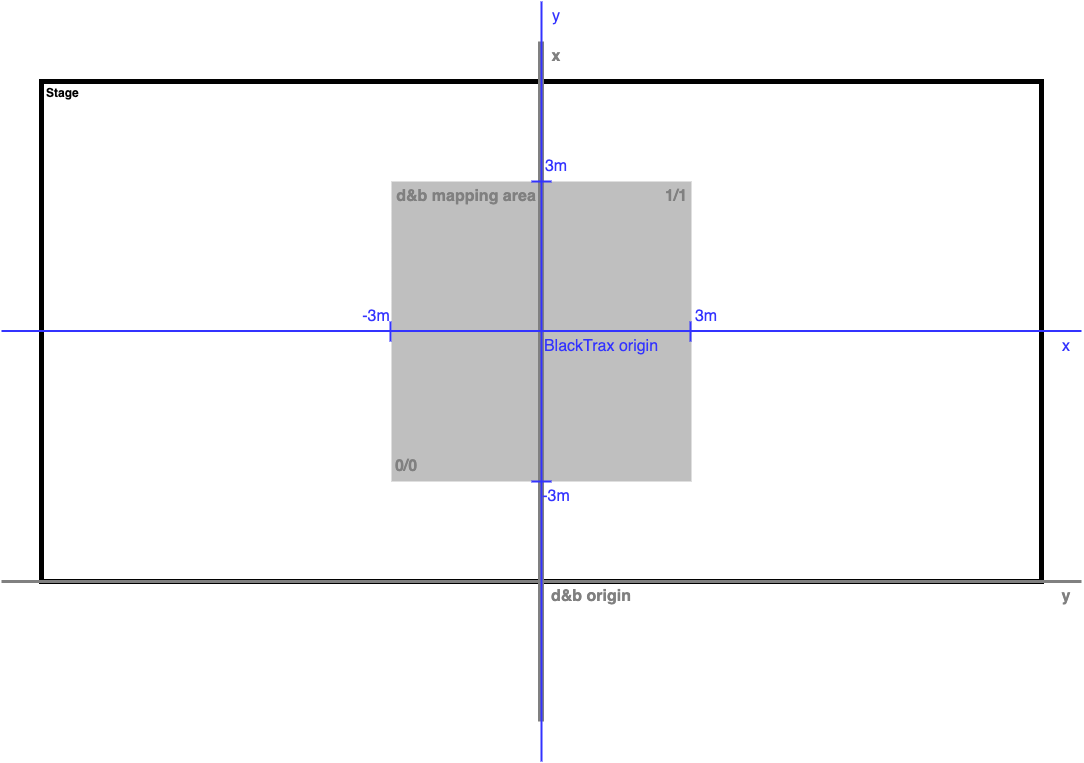
ChristianAhrens/SpaConBridge keeps this draw.io diagram as Resources/Documentation/BridgingProtocols/BlackTraxRTTrPM/CoordinateSystems.drawio.png. Above is the earlier version. Source tidied: cells renumbered, new cells last; positions are measured from the earlier drawing's top-left corner, leaving out a move shared by most shapes. Source of this version:
```xml
<mxGraphModel>
  <root>
    <mxCell id="0" />
    <mxCell id="1" parent="0" />
    <mxCell id="2" value="Stage" style="rounded=0;whiteSpace=wrap;html=1;fillColor=none;strokeWidth=5;align=left;horizontal=1;verticalAlign=top;fontStyle=1;spacingLeft=5;spacing=0;fontColor=#000000;" parent="1" vertex="1">
      <mxGeometry x="40" y="80" width="1000" height="500" as="geometry" />
    </mxCell>
    <mxCell id="3" style="rounded=0;whiteSpace=wrap;html=1;strokeColor=none;fillColor=#BFBFBF;" parent="1" vertex="1">
      <mxGeometry x="390" y="180" width="300" height="300" as="geometry" />
    </mxCell>
    <mxCell id="4" style="endArrow=none;html=1;rounded=0;strokeColor=#808080;strokeWidth=6;align=left;verticalAlign=bottom;labelPosition=right;verticalLabelPosition=top;" parent="1" edge="1">
      <mxGeometry relative="1" as="geometry">
        <mxPoint x="539.5" y="720" as="sourcePoint" />
        <mxPoint x="539.5" y="40" as="targetPoint" />
      </mxGeometry>
    </mxCell>
    <mxCell id="5" style="endArrow=none;html=1;rounded=0;strokeColor=#808080;strokeWidth=3;" parent="1" edge="1">
      <mxGeometry relative="1" as="geometry">
        <mxPoint x="1080" y="580" as="sourcePoint" />
        <mxPoint y="580" as="targetPoint" />
      </mxGeometry>
    </mxCell>
    <mxCell id="6" value="&lt;font style=&quot;font-size: 16px;&quot; color=&quot;#808080&quot;&gt;&lt;b&gt;x&lt;/b&gt;&lt;/font&gt;" style="text;html=1;strokeColor=none;fillColor=none;align=center;verticalAlign=middle;whiteSpace=wrap;rounded=0;" parent="1" vertex="1">
      <mxGeometry x="540" y="40" width="30" height="30" as="geometry" />
    </mxCell>
    <mxCell id="7" value="&lt;font style=&quot;font-size: 16px;&quot; color=&quot;#808080&quot;&gt;&lt;b&gt;y&lt;/b&gt;&lt;/font&gt;" style="text;html=1;strokeColor=none;fillColor=none;align=center;verticalAlign=middle;whiteSpace=wrap;rounded=0;" parent="1" vertex="1">
      <mxGeometry x="1050" y="580" width="30" height="30" as="geometry" />
    </mxCell>
    <mxCell id="8" value="&lt;font style=&quot;font-size: 16px;&quot; color=&quot;#808080&quot;&gt;&lt;b&gt;d&amp;amp;b origin&lt;/b&gt;&lt;/font&gt;" style="text;html=1;strokeColor=none;fillColor=none;align=center;verticalAlign=middle;whiteSpace=wrap;rounded=0;" parent="1" vertex="1">
      <mxGeometry x="540" y="580" width="100" height="30" as="geometry" />
    </mxCell>
    <mxCell id="9" value="&lt;font style=&quot;font-size: 16px;&quot; color=&quot;#808080&quot;&gt;&lt;b&gt;d&amp;amp;b mapping area&lt;/b&gt;&lt;/font&gt;" style="text;html=1;strokeColor=none;fillColor=none;align=center;verticalAlign=middle;whiteSpace=wrap;rounded=0;" parent="1" vertex="1">
      <mxGeometry x="390" y="180" width="150" height="30" as="geometry" />
    </mxCell>
    <mxCell id="10" value="&lt;font style=&quot;font-size: 16px;&quot; color=&quot;#808080&quot;&gt;&lt;b&gt;0/0&lt;/b&gt;&lt;/font&gt;" style="text;html=1;strokeColor=none;fillColor=none;align=center;verticalAlign=middle;whiteSpace=wrap;rounded=0;" parent="1" vertex="1">
      <mxGeometry x="390" y="450" width="30" height="30" as="geometry" />
    </mxCell>
    <mxCell id="11" value="&lt;font style=&quot;font-size: 16px;&quot; color=&quot;#808080&quot;&gt;&lt;b&gt;1/1&lt;/b&gt;&lt;/font&gt;" style="text;html=1;strokeColor=none;fillColor=none;align=center;verticalAlign=middle;whiteSpace=wrap;rounded=0;" parent="1" vertex="1">
      <mxGeometry x="660" y="180" width="30" height="30" as="geometry" />
    </mxCell>
    <mxCell id="12" style="endArrow=none;html=1;rounded=0;strokeWidth=2;strokeColor=#3333FF;" parent="1" edge="1">
      <mxGeometry relative="1" as="geometry">
        <mxPoint x="1080" y="329.5" as="sourcePoint" />
        <mxPoint y="329.5" as="targetPoint" />
      </mxGeometry>
    </mxCell>
    <mxCell id="13" style="endArrow=none;html=1;rounded=0;strokeWidth=2;strokeColor=#3333FF;" parent="1" edge="1">
      <mxGeometry relative="1" as="geometry">
        <mxPoint x="540" y="760" as="sourcePoint" />
        <mxPoint x="540" as="targetPoint" />
      </mxGeometry>
    </mxCell>
    <mxCell id="14" value="&lt;font color=&quot;#3333ff&quot; style=&quot;font-size: 16px;&quot;&gt;y&lt;/font&gt;" style="text;html=1;strokeColor=none;fillColor=none;align=center;verticalAlign=middle;whiteSpace=wrap;rounded=0;" parent="1" vertex="1">
      <mxGeometry x="540" width="30" height="30" as="geometry" />
    </mxCell>
    <mxCell id="15" value="&lt;font color=&quot;#3333ff&quot; style=&quot;font-size: 16px;&quot;&gt;x&lt;/font&gt;" style="text;html=1;strokeColor=none;fillColor=none;align=center;verticalAlign=middle;whiteSpace=wrap;rounded=0;" parent="1" vertex="1">
      <mxGeometry x="1050" y="330" width="30" height="30" as="geometry" />
    </mxCell>
    <mxCell id="16" value="&lt;font color=&quot;#3333ff&quot; style=&quot;font-size: 16px;&quot;&gt;BlackTrax origin&lt;/font&gt;" style="text;html=1;strokeColor=none;fillColor=none;align=center;verticalAlign=middle;whiteSpace=wrap;rounded=0;" parent="1" vertex="1">
      <mxGeometry x="540" y="330" width="120" height="30" as="geometry" />
    </mxCell>
    <mxCell id="17" style="endArrow=none;html=1;rounded=0;strokeWidth=2;strokeColor=#3333FF;" parent="1" edge="1">
      <mxGeometry relative="1" as="geometry">
        <mxPoint x="550" y="180" as="sourcePoint" />
        <mxPoint x="530" y="180" as="targetPoint" />
      </mxGeometry>
    </mxCell>
    <mxCell id="18" style="endArrow=none;html=1;rounded=0;strokeWidth=2;strokeColor=#3333FF;" parent="1" edge="1">
      <mxGeometry relative="1" as="geometry">
        <mxPoint x="550" y="480" as="sourcePoint" />
        <mxPoint x="530" y="480" as="targetPoint" />
      </mxGeometry>
    </mxCell>
    <mxCell id="19" style="endArrow=none;html=1;rounded=0;strokeWidth=2;strokeColor=#3333FF;" parent="1" edge="1">
      <mxGeometry relative="1" as="geometry">
        <mxPoint x="389" y="320" as="sourcePoint" />
        <mxPoint x="389" y="340" as="targetPoint" />
      </mxGeometry>
    </mxCell>
    <mxCell id="20" style="endArrow=none;html=1;rounded=0;strokeWidth=2;strokeColor=#3333FF;" parent="1" edge="1">
      <mxGeometry relative="1" as="geometry">
        <mxPoint x="689" y="320" as="sourcePoint" />
        <mxPoint x="689" y="340" as="targetPoint" />
      </mxGeometry>
    </mxCell>
    <mxCell id="21" value="&lt;font color=&quot;#3333ff&quot; style=&quot;font-size: 16px;&quot;&gt;-3m&lt;/font&gt;" style="text;html=1;strokeColor=none;fillColor=none;align=center;verticalAlign=middle;whiteSpace=wrap;rounded=0;" parent="1" vertex="1">
      <mxGeometry x="360" y="300" width="30" height="30" as="geometry" />
    </mxCell>
    <mxCell id="22" value="&lt;font color=&quot;#3333ff&quot; style=&quot;font-size: 16px;&quot;&gt;-3m&lt;/font&gt;" style="text;html=1;strokeColor=none;fillColor=none;align=center;verticalAlign=middle;whiteSpace=wrap;rounded=0;" parent="1" vertex="1">
      <mxGeometry x="540" y="480" width="30" height="30" as="geometry" />
    </mxCell>
    <mxCell id="23" value="&lt;font color=&quot;#3333ff&quot; style=&quot;font-size: 16px;&quot;&gt;3m&lt;/font&gt;" style="text;html=1;strokeColor=none;fillColor=none;align=center;verticalAlign=middle;whiteSpace=wrap;rounded=0;" parent="1" vertex="1">
      <mxGeometry x="690" y="300" width="30" height="30" as="geometry" />
    </mxCell>
    <mxCell id="24" value="&lt;font color=&quot;#3333ff&quot; style=&quot;font-size: 16px;&quot;&gt;3m&lt;/font&gt;" style="text;html=1;strokeColor=none;fillColor=none;align=center;verticalAlign=middle;whiteSpace=wrap;rounded=0;" parent="1" vertex="1">
      <mxGeometry x="540" y="150" width="30" height="30" as="geometry" />
    </mxCell>
  </root>
</mxGraphModel>
```
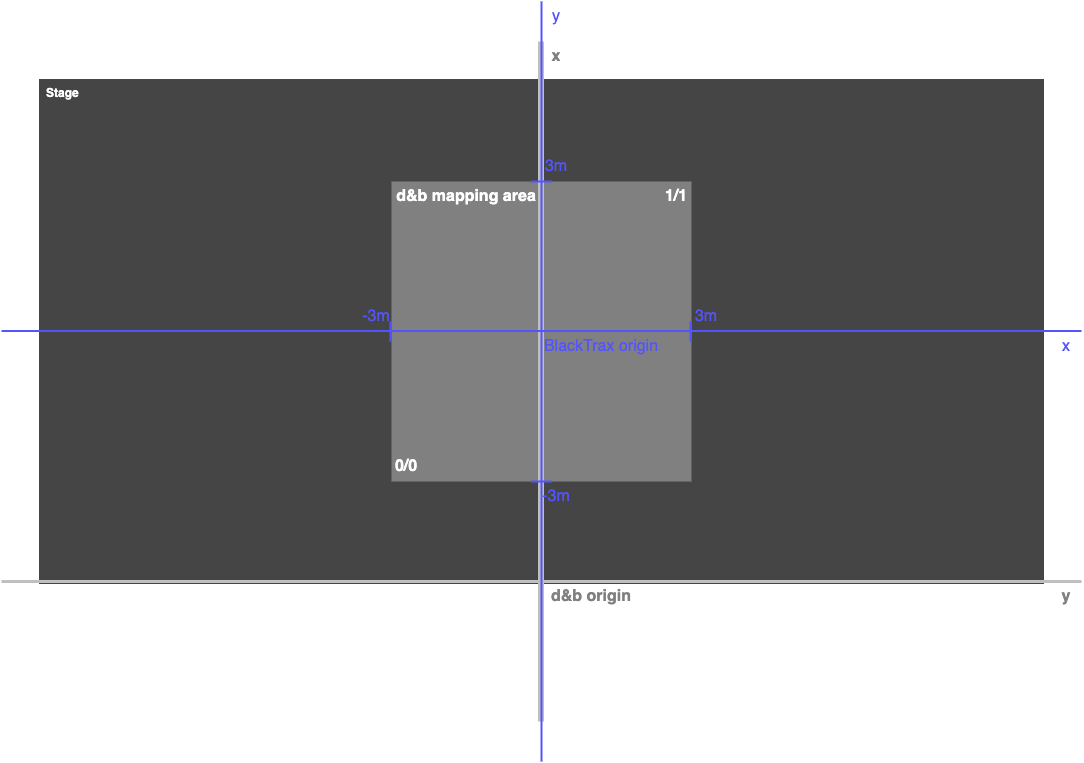
The same file after the commit.

Commit message:
Modified BlackTrax RTTrPM coordinate system mapping documentation sketch in attempt to be more legible

Diff of the diagram source:
```diff
@@ -2,19 +2,19 @@
   <root>
     <mxCell id="0" />
     <mxCell id="1" parent="0" />
-    <mxCell id="2" value="Stage" style="rounded=0;whiteSpace=wrap;html=1;fillColor=none;strokeWidth=5;align=left;horizontal=1;verticalAlign=top;fontStyle=1;spacingLeft=5;spacing=0;fontColor=#000000;" parent="1" vertex="1">
+    <mxCell id="2" value="Stage" style="rounded=0;whiteSpace=wrap;html=1;fillColor=#454545;strokeWidth=5;align=left;horizontal=1;verticalAlign=top;fontStyle=1;spacingLeft=5;spacing=0;fontColor=#FFFFFF;strokeColor=#454545;" parent="1" vertex="1">
       <mxGeometry x="40" y="80" width="1000" height="500" as="geometry" />
     </mxCell>
-    <mxCell id="3" style="rounded=0;whiteSpace=wrap;html=1;strokeColor=none;fillColor=#BFBFBF;" parent="1" vertex="1">
+    <mxCell id="3" style="rounded=0;whiteSpace=wrap;html=1;strokeColor=none;fillColor=#808080;" parent="1" vertex="1">
       <mxGeometry x="390" y="180" width="300" height="300" as="geometry" />
     </mxCell>
-    <mxCell id="4" style="endArrow=none;html=1;rounded=0;strokeColor=#808080;strokeWidth=6;align=left;verticalAlign=bottom;labelPosition=right;verticalLabelPosition=top;" parent="1" edge="1">
+    <mxCell id="4" style="endArrow=none;html=1;rounded=0;strokeColor=#BFBFBF;strokeWidth=6;align=left;verticalAlign=bottom;labelPosition=right;verticalLabelPosition=top;" parent="1" edge="1">
       <mxGeometry relative="1" as="geometry">
         <mxPoint x="539.5" y="720" as="sourcePoint" />
         <mxPoint x="539.5" y="40" as="targetPoint" />
       </mxGeometry>
     </mxCell>
-    <mxCell id="5" style="endArrow=none;html=1;rounded=0;strokeColor=#808080;strokeWidth=3;" parent="1" edge="1">
+    <mxCell id="5" style="endArrow=none;html=1;rounded=0;strokeColor=#BFBFBF;strokeWidth=3;" parent="1" edge="1">
       <mxGeometry relative="1" as="geometry">
         <mxPoint x="1080" y="580" as="sourcePoint" />
         <mxPoint y="580" as="targetPoint" />
@@ -29,70 +29,70 @@
     <mxCell id="8" value="&lt;font style=&quot;font-size: 16px;&quot; color=&quot;#808080&quot;&gt;&lt;b&gt;d&amp;amp;b origin&lt;/b&gt;&lt;/font&gt;" style="text;html=1;strokeColor=none;fillColor=none;align=center;verticalAlign=middle;whiteSpace=wrap;rounded=0;" parent="1" vertex="1">
       <mxGeometry x="540" y="580" width="100" height="30" as="geometry" />
     </mxCell>
-    <mxCell id="9" value="&lt;font style=&quot;font-size: 16px;&quot; color=&quot;#808080&quot;&gt;&lt;b&gt;d&amp;amp;b mapping area&lt;/b&gt;&lt;/font&gt;" style="text;html=1;strokeColor=none;fillColor=none;align=center;verticalAlign=middle;whiteSpace=wrap;rounded=0;" parent="1" vertex="1">
+    <mxCell id="9" value="&lt;font style=&quot;font-size: 16px;&quot;&gt;&lt;b&gt;d&amp;amp;b mapping area&lt;/b&gt;&lt;/font&gt;" style="text;html=1;strokeColor=none;fillColor=none;align=center;verticalAlign=middle;whiteSpace=wrap;rounded=0;fontColor=#FFFFFF;" parent="1" vertex="1">
       <mxGeometry x="390" y="180" width="150" height="30" as="geometry" />
     </mxCell>
-    <mxCell id="10" value="&lt;font style=&quot;font-size: 16px;&quot; color=&quot;#808080&quot;&gt;&lt;b&gt;0/0&lt;/b&gt;&lt;/font&gt;" style="text;html=1;strokeColor=none;fillColor=none;align=center;verticalAlign=middle;whiteSpace=wrap;rounded=0;" parent="1" vertex="1">
+    <mxCell id="10" value="&lt;font style=&quot;font-size: 16px;&quot;&gt;&lt;b&gt;0/0&lt;/b&gt;&lt;/font&gt;" style="text;html=1;strokeColor=none;fillColor=none;align=center;verticalAlign=middle;whiteSpace=wrap;rounded=0;fontColor=#FFFFFF;" parent="1" vertex="1">
       <mxGeometry x="390" y="450" width="30" height="30" as="geometry" />
     </mxCell>
-    <mxCell id="11" value="&lt;font style=&quot;font-size: 16px;&quot; color=&quot;#808080&quot;&gt;&lt;b&gt;1/1&lt;/b&gt;&lt;/font&gt;" style="text;html=1;strokeColor=none;fillColor=none;align=center;verticalAlign=middle;whiteSpace=wrap;rounded=0;" parent="1" vertex="1">
+    <mxCell id="11" value="&lt;font style=&quot;font-size: 16px;&quot;&gt;&lt;b&gt;1/1&lt;/b&gt;&lt;/font&gt;" style="text;html=1;strokeColor=none;fillColor=none;align=center;verticalAlign=middle;whiteSpace=wrap;rounded=0;fontColor=#FFFFFF;" parent="1" vertex="1">
       <mxGeometry x="660" y="180" width="30" height="30" as="geometry" />
     </mxCell>
-    <mxCell id="12" style="endArrow=none;html=1;rounded=0;strokeWidth=2;strokeColor=#3333FF;" parent="1" edge="1">
+    <mxCell id="12" style="endArrow=none;html=1;rounded=0;strokeWidth=2;strokeColor=#5454FF;" parent="1" edge="1">
       <mxGeometry relative="1" as="geometry">
         <mxPoint x="1080" y="329.5" as="sourcePoint" />
         <mxPoint y="329.5" as="targetPoint" />
       </mxGeometry>
     </mxCell>
-    <mxCell id="13" style="endArrow=none;html=1;rounded=0;strokeWidth=2;strokeColor=#3333FF;" parent="1" edge="1">
+    <mxCell id="13" style="endArrow=none;html=1;rounded=0;strokeWidth=2;strokeColor=#5454FF;" parent="1" edge="1">
       <mxGeometry relative="1" as="geometry">
         <mxPoint x="540" y="760" as="sourcePoint" />
         <mxPoint x="540" as="targetPoint" />
       </mxGeometry>
     </mxCell>
-    <mxCell id="14" value="&lt;font color=&quot;#3333ff&quot; style=&quot;font-size: 16px;&quot;&gt;y&lt;/font&gt;" style="text;html=1;strokeColor=none;fillColor=none;align=center;verticalAlign=middle;whiteSpace=wrap;rounded=0;" parent="1" vertex="1">
+    <mxCell id="14" value="&lt;font style=&quot;font-size: 16px;&quot;&gt;y&lt;/font&gt;" style="text;html=1;strokeColor=none;fillColor=none;align=center;verticalAlign=middle;whiteSpace=wrap;rounded=0;fontColor=#5454FF;" parent="1" vertex="1">
       <mxGeometry x="540" width="30" height="30" as="geometry" />
     </mxCell>
-    <mxCell id="15" value="&lt;font color=&quot;#3333ff&quot; style=&quot;font-size: 16px;&quot;&gt;x&lt;/font&gt;" style="text;html=1;strokeColor=none;fillColor=none;align=center;verticalAlign=middle;whiteSpace=wrap;rounded=0;" parent="1" vertex="1">
+    <mxCell id="15" value="&lt;font style=&quot;font-size: 16px;&quot;&gt;x&lt;/font&gt;" style="text;html=1;strokeColor=none;fillColor=none;align=center;verticalAlign=middle;whiteSpace=wrap;rounded=0;fontColor=#5454FF;" parent="1" vertex="1">
       <mxGeometry x="1050" y="330" width="30" height="30" as="geometry" />
     </mxCell>
-    <mxCell id="16" value="&lt;font color=&quot;#3333ff&quot; style=&quot;font-size: 16px;&quot;&gt;BlackTrax origin&lt;/font&gt;" style="text;html=1;strokeColor=none;fillColor=none;align=center;verticalAlign=middle;whiteSpace=wrap;rounded=0;" parent="1" vertex="1">
+    <mxCell id="16" value="&lt;font style=&quot;font-size: 16px;&quot;&gt;BlackTrax origin&lt;/font&gt;" style="text;html=1;strokeColor=none;fillColor=none;align=center;verticalAlign=middle;whiteSpace=wrap;rounded=0;fontColor=#5454FF;" parent="1" vertex="1">
       <mxGeometry x="540" y="330" width="120" height="30" as="geometry" />
     </mxCell>
-    <mxCell id="17" style="endArrow=none;html=1;rounded=0;strokeWidth=2;strokeColor=#3333FF;" parent="1" edge="1">
+    <mxCell id="17" style="endArrow=none;html=1;rounded=0;strokeWidth=2;strokeColor=#5454FF;" parent="1" edge="1">
       <mxGeometry relative="1" as="geometry">
         <mxPoint x="550" y="180" as="sourcePoint" />
         <mxPoint x="530" y="180" as="targetPoint" />
       </mxGeometry>
     </mxCell>
-    <mxCell id="18" style="endArrow=none;html=1;rounded=0;strokeWidth=2;strokeColor=#3333FF;" parent="1" edge="1">
+    <mxCell id="18" style="endArrow=none;html=1;rounded=0;strokeWidth=2;strokeColor=#5454FF;" parent="1" edge="1">
       <mxGeometry relative="1" as="geometry">
         <mxPoint x="550" y="480" as="sourcePoint" />
         <mxPoint x="530" y="480" as="targetPoint" />
       </mxGeometry>
     </mxCell>
-    <mxCell id="19" style="endArrow=none;html=1;rounded=0;strokeWidth=2;strokeColor=#3333FF;" parent="1" edge="1">
+    <mxCell id="19" style="endArrow=none;html=1;rounded=0;strokeWidth=2;strokeColor=#5454FF;" parent="1" edge="1">
       <mxGeometry relative="1" as="geometry">
         <mxPoint x="389" y="320" as="sourcePoint" />
         <mxPoint x="389" y="340" as="targetPoint" />
       </mxGeometry>
     </mxCell>
-    <mxCell id="20" style="endArrow=none;html=1;rounded=0;strokeWidth=2;strokeColor=#3333FF;" parent="1" edge="1">
+    <mxCell id="20" style="endArrow=none;html=1;rounded=0;strokeWidth=2;strokeColor=#5454FF;" parent="1" edge="1">
       <mxGeometry relative="1" as="geometry">
         <mxPoint x="689" y="320" as="sourcePoint" />
         <mxPoint x="689" y="340" as="targetPoint" />
       </mxGeometry>
     </mxCell>
-    <mxCell id="21" value="&lt;font color=&quot;#3333ff&quot; style=&quot;font-size: 16px;&quot;&gt;-3m&lt;/font&gt;" style="text;html=1;strokeColor=none;fillColor=none;align=center;verticalAlign=middle;whiteSpace=wrap;rounded=0;" parent="1" vertex="1">
+    <mxCell id="21" value="&lt;font style=&quot;font-size: 16px;&quot;&gt;-3m&lt;/font&gt;" style="text;html=1;strokeColor=none;fillColor=none;align=center;verticalAlign=middle;whiteSpace=wrap;rounded=0;fontColor=#5454FF;" parent="1" vertex="1">
       <mxGeometry x="360" y="300" width="30" height="30" as="geometry" />
     </mxCell>
-    <mxCell id="22" value="&lt;font color=&quot;#3333ff&quot; style=&quot;font-size: 16px;&quot;&gt;-3m&lt;/font&gt;" style="text;html=1;strokeColor=none;fillColor=none;align=center;verticalAlign=middle;whiteSpace=wrap;rounded=0;" parent="1" vertex="1">
+    <mxCell id="22" value="&lt;font style=&quot;font-size: 16px;&quot;&gt;-3m&lt;/font&gt;" style="text;html=1;strokeColor=none;fillColor=none;align=center;verticalAlign=middle;whiteSpace=wrap;rounded=0;fontColor=#5454FF;" parent="1" vertex="1">
       <mxGeometry x="540" y="480" width="30" height="30" as="geometry" />
     </mxCell>
-    <mxCell id="23" value="&lt;font color=&quot;#3333ff&quot; style=&quot;font-size: 16px;&quot;&gt;3m&lt;/font&gt;" style="text;html=1;strokeColor=none;fillColor=none;align=center;verticalAlign=middle;whiteSpace=wrap;rounded=0;" parent="1" vertex="1">
+    <mxCell id="23" value="&lt;font style=&quot;font-size: 16px;&quot;&gt;3m&lt;/font&gt;" style="text;html=1;strokeColor=none;fillColor=none;align=center;verticalAlign=middle;whiteSpace=wrap;rounded=0;fontColor=#5454FF;" parent="1" vertex="1">
       <mxGeometry x="690" y="300" width="30" height="30" as="geometry" />
     </mxCell>
-    <mxCell id="24" value="&lt;font color=&quot;#3333ff&quot; style=&quot;font-size: 16px;&quot;&gt;3m&lt;/font&gt;" style="text;html=1;strokeColor=none;fillColor=none;align=center;verticalAlign=middle;whiteSpace=wrap;rounded=0;" parent="1" vertex="1">
+    <mxCell id="24" value="&lt;font style=&quot;font-size: 16px;&quot;&gt;3m&lt;/font&gt;" style="text;html=1;strokeColor=none;fillColor=none;align=center;verticalAlign=middle;whiteSpace=wrap;rounded=0;fontColor=#5454FF;" parent="1" vertex="1">
       <mxGeometry x="540" y="150" width="30" height="30" as="geometry" />
     </mxCell>
   </root>
```
